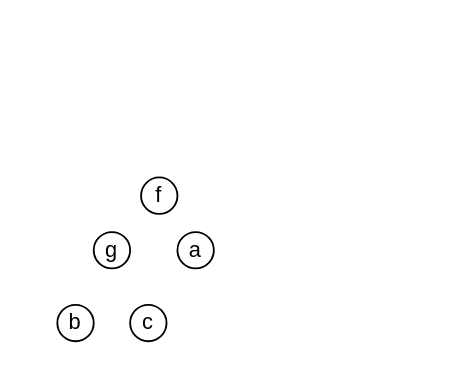
Zhang-Liao/draw-io keeps this draw.io diagram as features.drawio. Above is the earlier version. Source tidied: cells renumbered, new cells numbered last; positions are measured from the earlier drawing's top-left corner, leaving out a move shared by most shapes. Both pictures are drawn from the tidied source at 182%, with x=0, y=0 at pixel (56, 177).
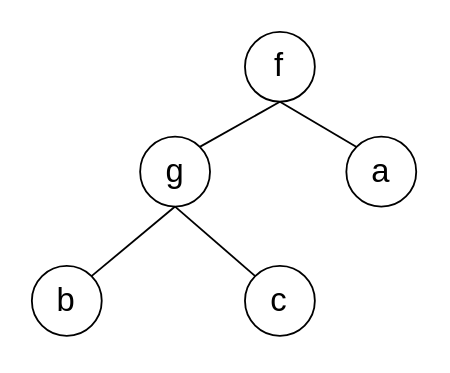
After the change.

What changed in the source:
```diff
@@
 <mxGraphModel>
   <root>
     <mxCell id="0" />
     <mxCell id="1" parent="0" />
+    <mxCell id="7" style="group;" parent="1" vertex="1">
+      <mxGeometry x="-14" y="-80" width="211.2" height="167" as="geometry" />
+    </mxCell>
-    <mxCell id="2" value="f" style="ellipse;whiteSpace=wrap;html=1;" parent="1" vertex="1">
-      <mxGeometry x="46" width="20" height="20" as="geometry" />
+    <mxCell id="2" value="&lt;font style=&quot;font-size: 18px;&quot;&gt;f&lt;/font&gt;" style="ellipse;whiteSpace=wrap;html=1;" parent="7" vertex="1">
+      <mxGeometry x="117.1" width="38.4" height="38.4" as="geometry" />
     </mxCell>
-    <mxCell id="3" value="g" style="ellipse;whiteSpace=wrap;html=1;" parent="1" vertex="1">
-      <mxGeometry x="20" y="30" width="20" height="20" as="geometry" />
+    <mxCell id="3" value="&lt;font style=&quot;font-size: 18px;&quot;&gt;g&lt;/font&gt;" style="ellipse;whiteSpace=wrap;html=1;" parent="7" vertex="1">
+      <mxGeometry x="59.5" y="57.6" width="38.4" height="38.4" as="geometry" />
     </mxCell>
-    <mxCell id="4" value="a" style="ellipse;whiteSpace=wrap;html=1;" parent="1" vertex="1">
-      <mxGeometry x="66" y="30" width="20" height="20" as="geometry" />
+    <mxCell id="4" value="&lt;font style=&quot;font-size: 18px;&quot;&gt;a&lt;/font&gt;" style="ellipse;whiteSpace=wrap;html=1;" parent="7" vertex="1">
+      <mxGeometry x="172.8" y="57.6" width="38.4" height="38.4" as="geometry" />
     </mxCell>
-    <mxCell id="5" value="b" style="ellipse;whiteSpace=wrap;html=1;" parent="1" vertex="1">
-      <mxGeometry y="70" width="20" height="20" as="geometry" />
+    <mxCell id="5" value="&lt;font style=&quot;font-size: 18px;&quot;&gt;b&lt;/font&gt;" style="ellipse;whiteSpace=wrap;html=1;" parent="7" vertex="1">
+      <mxGeometry y="128.6" width="38.4" height="38.4" as="geometry" />
     </mxCell>
-    <mxCell id="6" value="c" style="ellipse;whiteSpace=wrap;html=1;" parent="1" vertex="1">
-      <mxGeometry x="40" y="70" width="20" height="20" as="geometry" />
+    <mxCell id="6" value="&lt;font style=&quot;font-size: 18px;&quot;&gt;c&lt;/font&gt;" style="ellipse;whiteSpace=wrap;html=1;" parent="7" vertex="1">
+      <mxGeometry x="117.1" y="128.6" width="38.4" height="38.4" as="geometry" />
     </mxCell>
+    <mxCell id="8" style="endArrow=none;html=1;rounded=0;entryX=0.5;entryY=1;entryDx=0;entryDy=0;exitX=1;exitY=0;exitDx=0;exitDy=0;" parent="7" edge="1" source="3" target="2">
+      <mxGeometry relative="1" as="geometry" />
+    </mxCell>
+    <mxCell id="9" style="endArrow=none;html=1;rounded=0;exitX=0;exitY=0;exitDx=0;exitDy=0;entryX=0.5;entryY=1;entryDx=0;entryDy=0;" parent="7" edge="1" source="4" target="2">
+      <mxGeometry relative="1" as="geometry" />
+    </mxCell>
+    <mxCell id="10" style="endArrow=none;html=1;rounded=0;entryX=0.5;entryY=1;entryDx=0;entryDy=0;exitX=1;exitY=0;exitDx=0;exitDy=0;" parent="7" edge="1" source="5" target="3">
+      <mxGeometry relative="1" as="geometry" />
+    </mxCell>
+    <mxCell id="11" style="endArrow=none;html=1;rounded=0;entryX=0.5;entryY=1;entryDx=0;entryDy=0;exitX=0;exitY=0;exitDx=0;exitDy=0;" parent="7" edge="1" source="6" target="3">
+      <mxGeometry relative="1" as="geometry" />
+    </mxCell>
   </root>
 </mxGraphModel>
```
